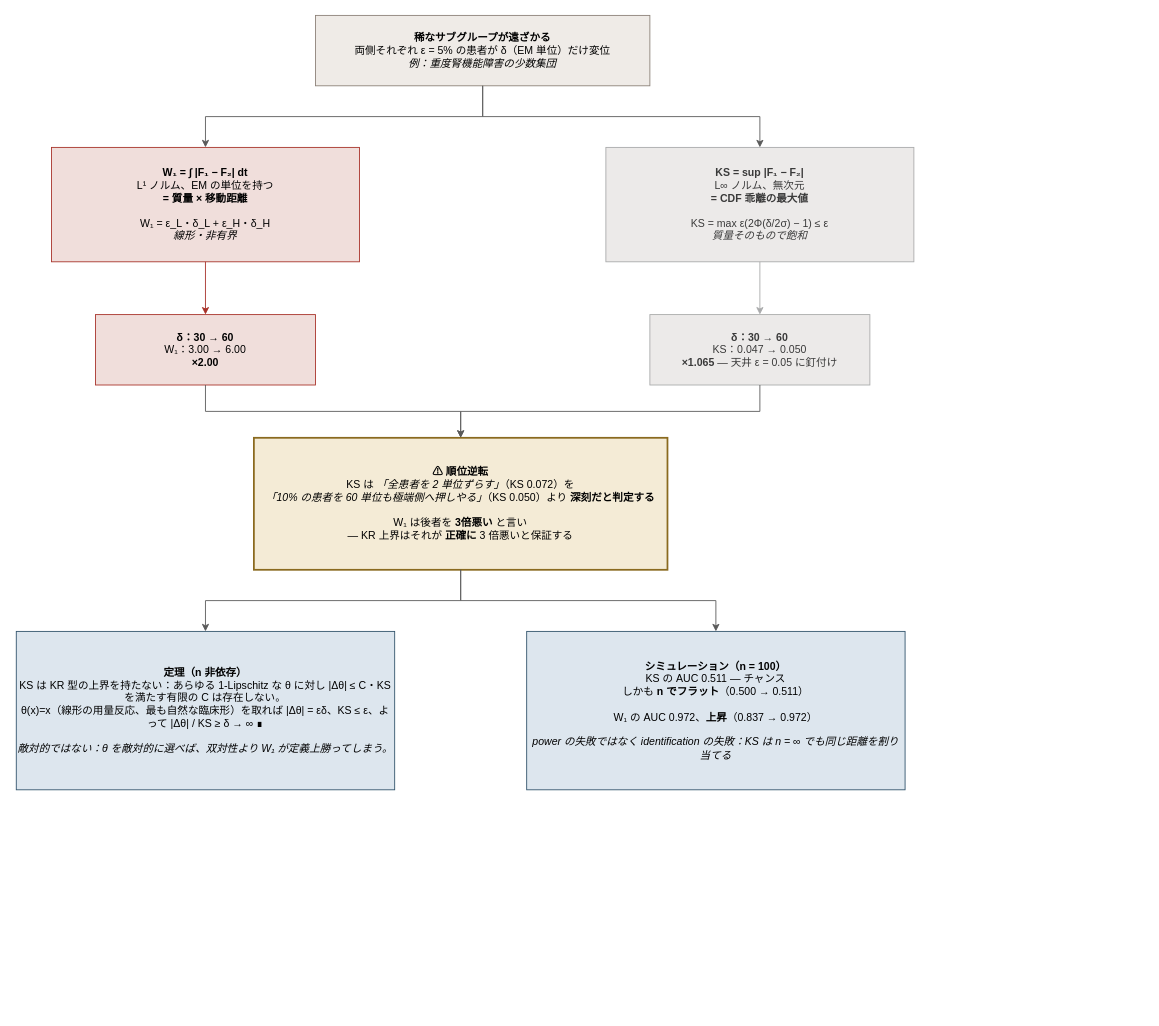
Earlier version of the draw.io diagram page "図3 KS の飽和と上界の非入れ子" (4 of 7) of projects/similarity-metric/paper_logic_ja.drawio (tnagakubo/similarity_metrics). Source tidied: cells renumbered, new cells numbered last; positions are measured from the earlier drawing's top-left corner, leaving out a move shared by most shapes. Both pictures are drawn from the tidied source at 88%, with x=0, y=0 at pixel (16, 15).
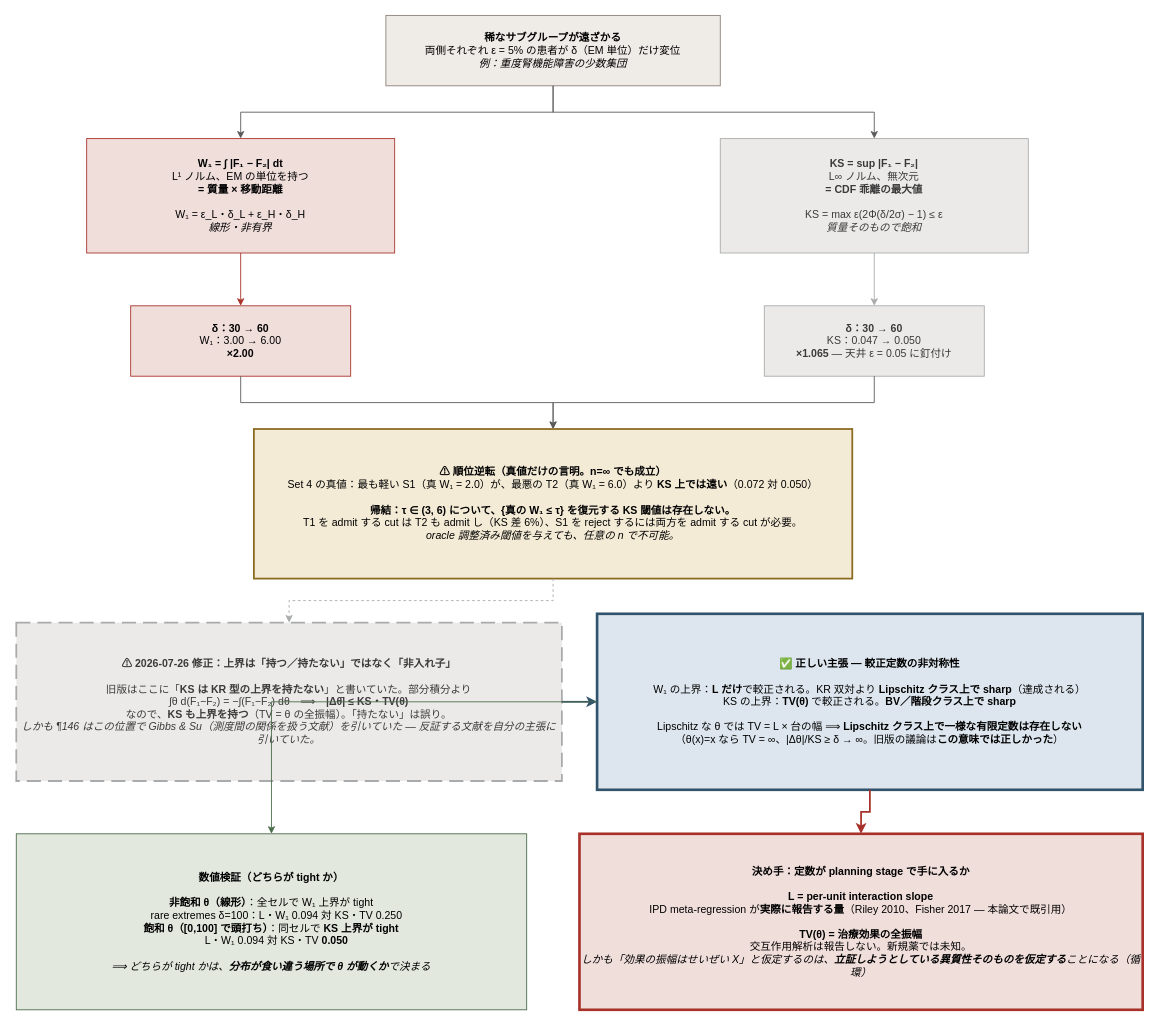
After the change.

What changed in the source:
```diff
@@
     <mxCell id="2" value="&lt;b&gt;稀なサブグループが遠ざかる&lt;/b&gt;&lt;br&gt;両側それぞれ ε = 5% の患者が δ（EM 単位）だけ変位&lt;br&gt;&lt;i&gt;例：重度腎機能障害の少数集団&lt;/i&gt;" style="rounded=0;whiteSpace=wrap;html=1;fillColor=#EFEBE7;strokeColor=#8C8078;fontFamily=Yu Gothic;fontSize=12;align=center;" parent="1" vertex="1">
-      <mxGeometry x="340" width="380" height="80" as="geometry" />
+      <mxGeometry x="420" width="380" height="80" as="geometry" />
     </mxCell>
     <mxCell id="3" value="&lt;b&gt;W₁ = ∫ |F₁ − F₂| dt&lt;/b&gt;&lt;br&gt;L¹ ノルム、EM の単位を持つ&lt;br&gt;&lt;b&gt;= 質量 × 移動距離&lt;/b&gt;&lt;br&gt;&lt;br&gt;W₁ = ε_L・δ_L + ε_H・δ_H&lt;br&gt;&lt;i&gt;線形・非有界&lt;/i&gt;" style="rounded=0;whiteSpace=wrap;html=1;fillColor=#F0DEDB;strokeColor=#A8322A;fontFamily=Yu Gothic;fontSize=12;align=center;" parent="1" vertex="1">
-      <mxGeometry x="40" y="150" width="350" height="130" as="geometry" />
+      <mxGeometry x="80" y="140" width="350" height="130" as="geometry" />
     </mxCell>
     <mxCell id="4" value="&lt;b&gt;KS = sup |F₁ − F₂|&lt;/b&gt;&lt;br&gt;L∞ ノルム、無次元&lt;br&gt;&lt;b&gt;= CDF 乖離の最大値&lt;/b&gt;&lt;br&gt;&lt;br&gt;KS = max ε(2Φ(δ/2σ) − 1) ≤ ε&lt;br&gt;&lt;i&gt;質量そのもので飽和&lt;/i&gt;" style="rounded=0;whiteSpace=wrap;html=1;fillColor=#ECEAE9;strokeColor=#A9AAAB;fontColor=#3A3A3A;fontFamily=Yu Gothic;fontSize=12;align=center;" parent="1" vertex="1">
-      <mxGeometry x="670" y="150" width="350" height="130" as="geometry" />
+      <mxGeometry x="800" y="140" width="350" height="130" as="geometry" />
     </mxCell>
     <mxCell id="5" value="&lt;b&gt;δ：30 → 60&lt;/b&gt;&lt;br&gt;W₁：3.00 → 6.00&lt;br&gt;&lt;b&gt;×2.00&lt;/b&gt;" style="rounded=0;whiteSpace=wrap;html=1;fillColor=#F0DEDB;strokeColor=#A8322A;fontFamily=Yu Gothic;fontSize=12;align=center;" parent="1" vertex="1">
-      <mxGeometry x="90" y="340" width="250" height="80" as="geometry" />
+      <mxGeometry x="130" y="330" width="250" height="80" as="geometry" />
     </mxCell>
     <mxCell id="6" value="&lt;b&gt;δ：30 → 60&lt;/b&gt;&lt;br&gt;KS：0.047 → 0.050&lt;br&gt;&lt;b&gt;×1.065&lt;/b&gt; — 天井 ε = 0.05 に釘付け" style="rounded=0;whiteSpace=wrap;html=1;fillColor=#ECEAE9;strokeColor=#A9AAAB;fontColor=#3A3A3A;fontFamily=Yu Gothic;fontSize=12;align=center;" parent="1" vertex="1">
-      <mxGeometry x="720" y="340" width="250" height="80" as="geometry" />
+      <mxGeometry x="850" y="330" width="250" height="80" as="geometry" />
     </mxCell>
-    <mxCell id="7" value="&lt;b&gt;⚠ 順位逆転&lt;/b&gt;&lt;br&gt;KS は &lt;i&gt;「全患者を 2 単位ずらす」&lt;/i&gt;（KS 0.072）を&lt;br&gt;&lt;i&gt;「10% の患者を 60 単位も極端側へ押しやる」&lt;/i&gt;（KS 0.050）より &lt;b&gt;深刻だと判定する&lt;/b&gt;&lt;br&gt;&lt;br&gt;W₁ は後者を &lt;b&gt;3倍悪い&lt;/b&gt; と言い&lt;br&gt;— KR 上界はそれが &lt;b&gt;正確に&lt;/b&gt; 3 倍悪いと保証する" style="rounded=0;whiteSpace=wrap;html=1;fillColor=#F4EBD6;strokeColor=#8A6A1F;strokeWidth=2;fontFamily=Yu Gothic;fontSize=12;align=center;" parent="1" vertex="1">
-      <mxGeometry x="270" y="480" width="470" height="150" as="geometry" />
+    <mxCell id="7" value="&lt;b&gt;⚠ 順位逆転（真値だけの言明。n=∞ でも成立）&lt;/b&gt;&lt;br&gt;Set 4 の真値：最も軽い S1（真 W₁ = 2.0）が、最悪の T2（真 W₁ = 6.0）より &lt;b&gt;KS 上では遠い&lt;/b&gt;（0.072 対 0.050）&lt;br&gt;&lt;br&gt;&lt;b&gt;帰結：τ ∈ (3, 6) について、{真の W₁ ≤ τ} を復元する KS 閾値は存在しない。&lt;/b&gt;&lt;br&gt;T1 を admit する cut は T2 も admit し（KS 差 6%）、S1 を reject するには両方を admit する cut が必要。&lt;br&gt;&lt;i&gt;oracle 調整済み閾値を与えても、任意の n で不可能。&lt;/i&gt;" style="rounded=0;whiteSpace=wrap;html=1;fillColor=#F4EBD6;strokeColor=#8A6A1F;strokeWidth=2;fontFamily=Yu Gothic;fontSize=12;align=center;" parent="1" vertex="1">
+      <mxGeometry x="270" y="470" width="680" height="170" as="geometry" />
     </mxCell>
-    <mxCell id="8" value="&lt;b&gt;定理（n 非依存）&lt;/b&gt;&lt;br&gt;KS は KR 型の上界を持たない：あらゆる 1-Lipschitz な θ に対し |Δθ| ≤ C・KS を満たす有限の C は存在しない。&lt;br&gt;θ(x)=x（線形の用量反応、最も自然な臨床形）を取れば |Δθ| = εδ、KS ≤ ε、よって |Δθ| / KS ≥ δ → ∞ ∎&lt;br&gt;&lt;br&gt;&lt;i&gt;敵対的ではない：θ を敵対的に選べば、双対性より W₁ が定義上勝ってしまう。&lt;/i&gt;" style="rounded=0;whiteSpace=wrap;html=1;fillColor=#DDE6EE;strokeColor=#31536B;fontFamily=Yu Gothic;fontSize=12;align=center;" parent="1" vertex="1">
-      <mxGeometry y="700" width="430" height="180" as="geometry" />
-    </mxCell>
-    <mxCell id="9" value="&lt;b&gt;シミュレーション（n = 100）&lt;/b&gt;&lt;br&gt;KS の AUC 0.511 — チャンス&lt;br&gt;しかも &lt;b&gt;n でフラット&lt;/b&gt;（0.500 → 0.511）&lt;br&gt;&lt;br&gt;W₁ の AUC 0.972、&lt;b&gt;上昇&lt;/b&gt;（0.837 → 0.972）&lt;br&gt;&lt;br&gt;&lt;i&gt;power の失敗ではなく identification の失敗：KS は n = ∞ でも同じ距離を割り当てる&lt;/i&gt;" style="rounded=0;whiteSpace=wrap;html=1;fillColor=#DDE6EE;strokeColor=#31536B;fontFamily=Yu Gothic;fontSize=12;align=center;" parent="1" vertex="1">
-      <mxGeometry x="580" y="700" width="430" height="180" as="geometry" />
-    </mxCell>
+    <mxCell id="18" value="&lt;b&gt;⚠ 2026-07-26 修正：上界は「持つ／持たない」ではなく「非入れ子」&lt;/b&gt;&lt;br&gt;&lt;br&gt;旧版はここに「&lt;b&gt;KS は KR 型の上界を持たない&lt;/b&gt;」と書いていた。部分積分より&lt;br&gt;∫θ d(F₁−F₂) = −∫(F₁−F₂) dθ　⟹　&lt;b&gt;|Δθ̄| ≤ KS・TV(θ)&lt;/b&gt;&lt;br&gt;なので、&lt;b&gt;KS も上界を持つ&lt;/b&gt;（TV = θ の全振幅）。「持たない」は誤り。&lt;br&gt;&lt;i&gt;しかも ¶146 はこの位置で Gibbs &amp; Su（測度間の関係を扱う文献）を引いていた — 反証する文献を自分の主張に引いていた。&lt;/i&gt;" style="rounded=0;whiteSpace=wrap;html=1;fillColor=#ECEAE9;strokeColor=#A9AAAB;fontColor=#3A3A3A;strokeWidth=2;dashed=1;dashPattern=8 4;fontFamily=Yu Gothic;fontSize=12;align=center;" parent="1" vertex="1">
+      <mxGeometry y="690" width="620" height="180" as="geometry" />
+    </mxCell>
+    <mxCell id="19" value="&lt;b&gt;✅ 正しい主張 — 較正定数の非対称性&lt;/b&gt;&lt;br&gt;&lt;br&gt;W₁ の上界：&lt;b&gt;L だけ&lt;/b&gt;で較正される。KR 双対より &lt;b&gt;Lipschitz クラス上で sharp&lt;/b&gt;（達成される）&lt;br&gt;KS の上界：&lt;b&gt;TV(θ)&lt;/b&gt; で較正される。&lt;b&gt;BV／階段クラス上で sharp&lt;/b&gt;&lt;br&gt;&lt;br&gt;Lipschitz な θ では TV = L × 台の幅 ⟹ &lt;b&gt;Lipschitz クラス上で一様な有限定数は存在しない&lt;/b&gt;&lt;br&gt;（θ(x)=x なら TV = ∞、|Δθ|/KS ≥ δ → ∞。旧版の議論は&lt;b&gt;この意味では正しかった&lt;/b&gt;）" style="rounded=0;whiteSpace=wrap;html=1;fillColor=#DDE6EE;strokeColor=#31536B;strokeWidth=3;fontFamily=Yu Gothic;fontSize=12;align=center;" parent="1" vertex="1">
+      <mxGeometry x="660" y="680" width="620" height="200" as="geometry" />
+    </mxCell>
+    <mxCell id="20" value="&lt;b&gt;数値検証（どちらが tight か）&lt;/b&gt;&lt;br&gt;&lt;br&gt;&lt;b&gt;非飽和 θ（線形）&lt;/b&gt;：全セルで W₁ 上界が tight&lt;br&gt;　rare extremes δ=100：L・W₁ 0.094 対 KS・TV 0.250&lt;br&gt;&lt;b&gt;飽和 θ（[0,100] で頭打ち）&lt;/b&gt;：同セルで &lt;b&gt;KS 上界が tight&lt;/b&gt;&lt;br&gt;　L・W₁ 0.094 対 KS・TV &lt;b&gt;0.050&lt;/b&gt;&lt;br&gt;&lt;br&gt;&lt;i&gt;⟹ どちらが tight かは、&lt;b&gt;分布が食い違う場所で θ が動くか&lt;/b&gt;で決まる&lt;/i&gt;" style="rounded=0;whiteSpace=wrap;html=1;fillColor=#E2E8DE;strokeColor=#4A6B4A;fontFamily=Yu Gothic;fontSize=12;align=center;" parent="1" vertex="1">
+      <mxGeometry y="930" width="580" height="200" as="geometry" />
+    </mxCell>
+    <mxCell id="21" value="&lt;b&gt;決め手：定数が planning stage で手に入るか&lt;/b&gt;&lt;br&gt;&lt;br&gt;&lt;b&gt;L = per-unit interaction slope&lt;/b&gt;&lt;br&gt;IPD meta-regression が&lt;b&gt;実際に報告する量&lt;/b&gt;（Riley 2010、Fisher 2017 — 本論文で既引用）&lt;br&gt;&lt;br&gt;&lt;b&gt;TV(θ) = 治療効果の全振幅&lt;/b&gt;&lt;br&gt;交互作用解析は報告しない。新規薬では未知。&lt;br&gt;&lt;i&gt;しかも「効果の振幅はせいぜい X」と仮定するのは、&lt;b&gt;立証しようとしている異質性そのものを仮定する&lt;/b&gt;ことになる（循環）&lt;/i&gt;" style="rounded=0;whiteSpace=wrap;html=1;fillColor=#F0DEDB;strokeColor=#A8322A;strokeWidth=3;fontFamily=Yu Gothic;fontSize=12;align=center;" parent="1" vertex="1">
+      <mxGeometry x="640" y="930" width="640" height="200" as="geometry" />
+    </mxCell>
@@
-    <mxCell id="16" style="edgeStyle=orthogonalEdgeStyle;rounded=0;html=1;strokeColor=#5A5A5A;" parent="1" edge="1" source="7" target="8">
+    <mxCell id="16" style="edgeStyle=orthogonalEdgeStyle;rounded=0;html=1;dashed=1;strokeColor=#A9AAAB;" parent="1" edge="1" source="7" target="18">
       <mxGeometry relative="1" as="geometry" />
     </mxCell>
-    <mxCell id="17" style="edgeStyle=orthogonalEdgeStyle;rounded=0;html=1;strokeColor=#5A5A5A;" parent="1" edge="1" source="7" target="9">
+    <mxCell id="17" style="edgeStyle=orthogonalEdgeStyle;rounded=0;html=1;strokeColor=#31536B;strokeWidth=2;" parent="1" edge="1" source="18" target="19">
       <mxGeometry relative="1" as="geometry" />
     </mxCell>
+    <mxCell id="22" style="edgeStyle=orthogonalEdgeStyle;rounded=0;html=1;strokeColor=#4A6B4A;" parent="1" edge="1" source="19" target="20">
+      <mxGeometry relative="1" as="geometry" />
+    </mxCell>
+    <mxCell id="23" style="edgeStyle=orthogonalEdgeStyle;rounded=0;html=1;strokeColor=#A8322A;strokeWidth=2;" parent="1" edge="1" source="19" target="21">
+      <mxGeometry relative="1" as="geometry" />
+    </mxCell>
```
